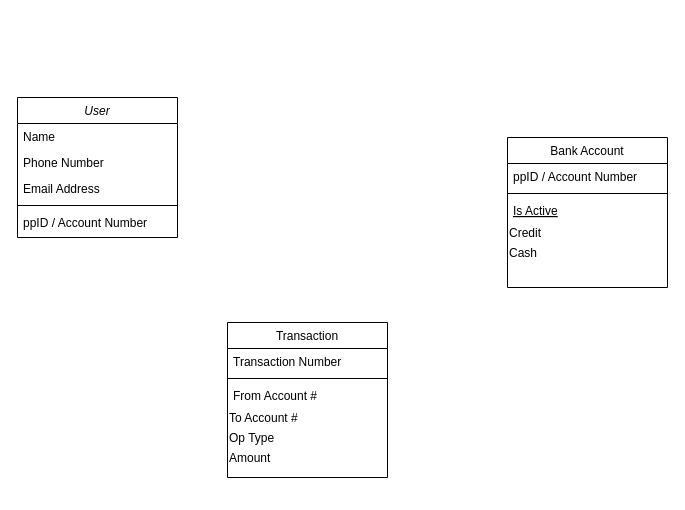
Above: BankApi.drawio in SaifKbishi/BankAPI (draw.io), before the change. Source tidied: cells renumbered, new cells numbered last; positions are measured from the earlier drawing's top-left corner, leaving out a move shared by most shapes. Both pictures are drawn from the tidied source at 100%, with x=0, y=0 at pixel (17, 97).
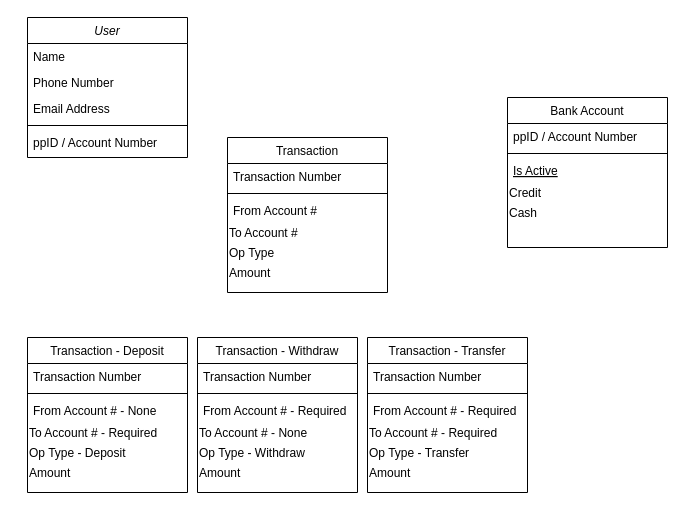
The same diagram, later.

The edit, as a diff of the source:
```diff
@@
     <mxCell id="2" value="User" style="swimlane;fontStyle=2;align=center;verticalAlign=top;horizontal=1;startSize=26;rounded=0;shadow=0;strokeWidth=1;" parent="1" vertex="1">
-      <mxGeometry width="160" height="140" as="geometry" />
+      <mxGeometry x="10" y="-80" width="160" height="140" as="geometry" />
     </mxCell>
@@
     <mxCell id="8" value="Bank Account" style="swimlane;fontStyle=0;align=center;verticalAlign=top;horizontal=1;startSize=26;rounded=0;shadow=0;strokeWidth=1;" parent="1" vertex="1">
-      <mxGeometry x="490" y="40" width="160" height="150" as="geometry" />
+      <mxGeometry x="490" width="160" height="150" as="geometry" />
     </mxCell>
@@
     <mxCell id="14" value="Transaction" style="swimlane;fontStyle=0;align=center;verticalAlign=top;horizontal=1;startSize=26;rounded=0;shadow=0;strokeWidth=1;" parent="1" vertex="1">
-      <mxGeometry x="210" y="225" width="160" height="155" as="geometry" />
+      <mxGeometry x="210" y="40" width="160" height="155" as="geometry" />
     </mxCell>
@@
+    <mxCell id="21" value="Transaction - Deposit" style="swimlane;fontStyle=0;align=center;verticalAlign=top;horizontal=1;startSize=26;rounded=0;shadow=0;strokeWidth=1;" parent="1" vertex="1">
+      <mxGeometry x="10" y="240" width="160" height="155" as="geometry" />
+    </mxCell>
+    <mxCell id="22" value="Transaction Number" style="text;align=left;verticalAlign=top;spacingLeft=4;spacingRight=4;overflow=hidden;" parent="21" vertex="1">
+      <mxGeometry y="26" width="160" height="26" as="geometry" />
+    </mxCell>
+    <mxCell id="23" style="line;html=1;strokeWidth=1;align=left;verticalAlign=middle;spacingTop=-1;spacingLeft=3;spacingRight=3;labelPosition=right;" parent="21" vertex="1">
+      <mxGeometry y="52" width="160" height="8" as="geometry" />
+    </mxCell>
+    <mxCell id="24" value="From Account # - None" style="text;align=left;verticalAlign=top;spacingLeft=4;spacingRight=4;overflow=hidden;fontStyle=0;" parent="21" vertex="1">
+      <mxGeometry y="60" width="160" height="26" as="geometry" />
+    </mxCell>
+    <mxCell id="25" value="To Account # - Required" style="text;html=1;align=left;verticalAlign=middle;strokeColor=none;" parent="21" vertex="1">
+      <mxGeometry y="86" width="160" height="20" as="geometry" />
+    </mxCell>
+    <mxCell id="26" value="Op Type - Deposit" style="text;html=1;align=left;verticalAlign=middle;strokeColor=none;" parent="21" vertex="1">
+      <mxGeometry y="106" width="160" height="20" as="geometry" />
+    </mxCell>
+    <mxCell id="27" value="Amount" style="text;html=1;align=left;verticalAlign=middle;strokeColor=none;" parent="21" vertex="1">
+      <mxGeometry y="126" width="160" height="20" as="geometry" />
+    </mxCell>
+    <mxCell id="28" value="Transaction - Withdraw" style="swimlane;fontStyle=0;align=center;verticalAlign=top;horizontal=1;startSize=26;rounded=0;shadow=0;strokeWidth=1;" parent="1" vertex="1">
+      <mxGeometry x="180" y="240" width="160" height="155" as="geometry" />
+    </mxCell>
+    <mxCell id="29" value="Transaction Number" style="text;align=left;verticalAlign=top;spacingLeft=4;spacingRight=4;overflow=hidden;" parent="28" vertex="1">
+      <mxGeometry y="26" width="160" height="26" as="geometry" />
+    </mxCell>
+    <mxCell id="30" style="line;html=1;strokeWidth=1;align=left;verticalAlign=middle;spacingTop=-1;spacingLeft=3;spacingRight=3;labelPosition=right;" parent="28" vertex="1">
+      <mxGeometry y="52" width="160" height="8" as="geometry" />
+    </mxCell>
+    <mxCell id="31" value="From Account # - Required" style="text;align=left;verticalAlign=top;spacingLeft=4;spacingRight=4;overflow=hidden;fontStyle=0;" parent="28" vertex="1">
+      <mxGeometry y="60" width="160" height="26" as="geometry" />
+    </mxCell>
+    <mxCell id="32" value="To Account # -&amp;nbsp;None" style="text;html=1;align=left;verticalAlign=middle;strokeColor=none;" parent="28" vertex="1">
+      <mxGeometry y="86" width="160" height="20" as="geometry" />
+    </mxCell>
+    <mxCell id="33" value="Op Type - Withdraw" style="text;html=1;align=left;verticalAlign=middle;strokeColor=none;" parent="28" vertex="1">
+      <mxGeometry y="106" width="160" height="20" as="geometry" />
+    </mxCell>
+    <mxCell id="34" value="Amount" style="text;html=1;align=left;verticalAlign=middle;strokeColor=none;" parent="28" vertex="1">
+      <mxGeometry y="126" width="160" height="20" as="geometry" />
+    </mxCell>
+    <mxCell id="35" value="Transaction - Transfer" style="swimlane;fontStyle=0;align=center;verticalAlign=top;horizontal=1;startSize=26;rounded=0;shadow=0;strokeWidth=1;" parent="1" vertex="1">
+      <mxGeometry x="350" y="240" width="160" height="155" as="geometry" />
+    </mxCell>
+    <mxCell id="36" value="Transaction Number" style="text;align=left;verticalAlign=top;spacingLeft=4;spacingRight=4;overflow=hidden;" parent="35" vertex="1">
+      <mxGeometry y="26" width="160" height="26" as="geometry" />
+    </mxCell>
+    <mxCell id="37" style="line;html=1;strokeWidth=1;align=left;verticalAlign=middle;spacingTop=-1;spacingLeft=3;spacingRight=3;labelPosition=right;" parent="35" vertex="1">
+      <mxGeometry y="52" width="160" height="8" as="geometry" />
+    </mxCell>
+    <mxCell id="38" value="From Account # - Required" style="text;align=left;verticalAlign=top;spacingLeft=4;spacingRight=4;overflow=hidden;fontStyle=0;" parent="35" vertex="1">
+      <mxGeometry y="60" width="160" height="26" as="geometry" />
+    </mxCell>
+    <mxCell id="39" value="To Account #&amp;nbsp;- Required" style="text;html=1;align=left;verticalAlign=middle;strokeColor=none;" parent="35" vertex="1">
+      <mxGeometry y="86" width="160" height="20" as="geometry" />
+    </mxCell>
+    <mxCell id="40" value="Op Type -&amp;nbsp;&lt;span style=&quot;text-align: center&quot;&gt;Transfer&lt;/span&gt;" style="text;html=1;align=left;verticalAlign=middle;strokeColor=none;" parent="35" vertex="1">
+      <mxGeometry y="106" width="160" height="20" as="geometry" />
+    </mxCell>
+    <mxCell id="41" value="Amount" style="text;html=1;align=left;verticalAlign=middle;strokeColor=none;" parent="35" vertex="1">
+      <mxGeometry y="126" width="160" height="20" as="geometry" />
+    </mxCell>
```
